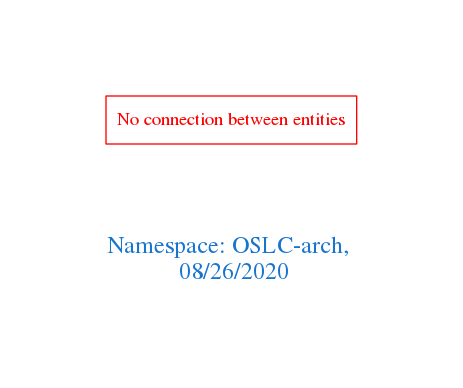
The Graphviz diagram downloads/OSLC-arch.png in arago/OGIT, before a commit. Its source is kept beside it as downloads/OSLC-arch.dot.
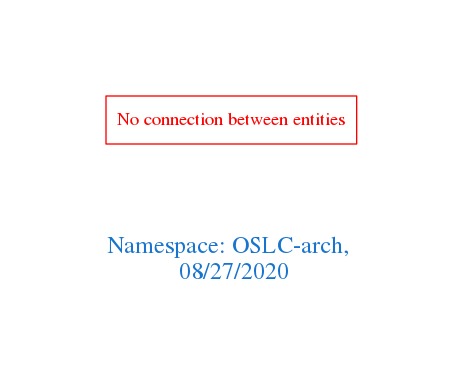
After the change.

Change to the diagram source:
```diff
@@ -1,7 +1,7 @@
 digraph OGIT_ontology {
  graph [ rankdir= LR,pad=1
 fontsize = 18,
-fontcolor= dodgerblue3,label = "\n\n\nNamespace: OSLC-arch, \n 08/26/2020"];
+fontcolor= dodgerblue3,label = "\n\n\nNamespace: OSLC-arch, \n 08/27/2020"];
 node[shape=polygon];
 edge [  color="gray81"];
 
```
